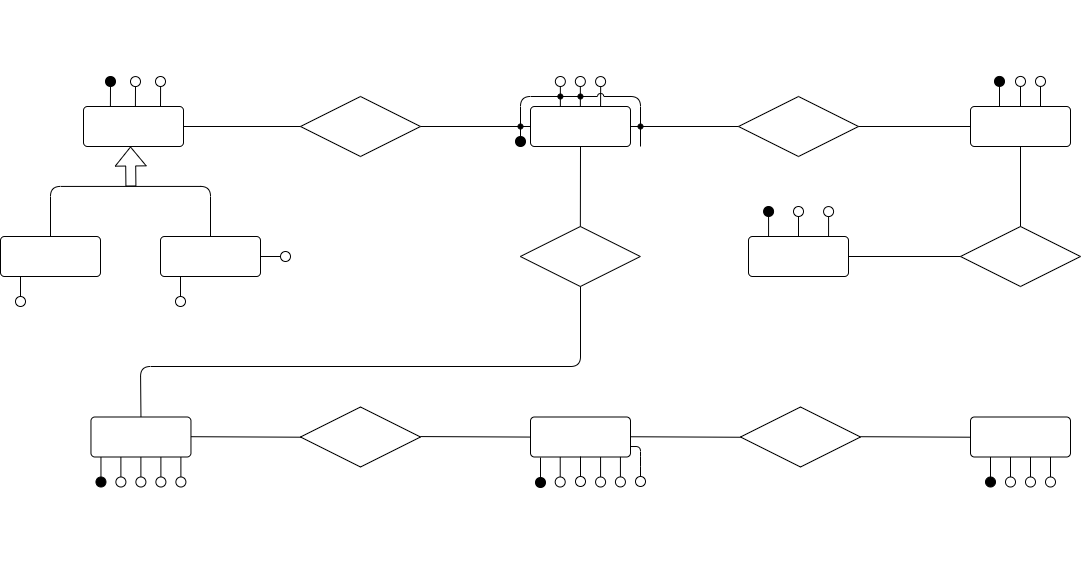
This is Conceptual_model.drawio.png from Dani-Picciau/OwlBreak, a draw.io export, as it was before one commit. Source tidied: cells renumbered, new cells last; positions are measured from the earlier drawing's top-left corner, leaving out a move shared by most shapes.
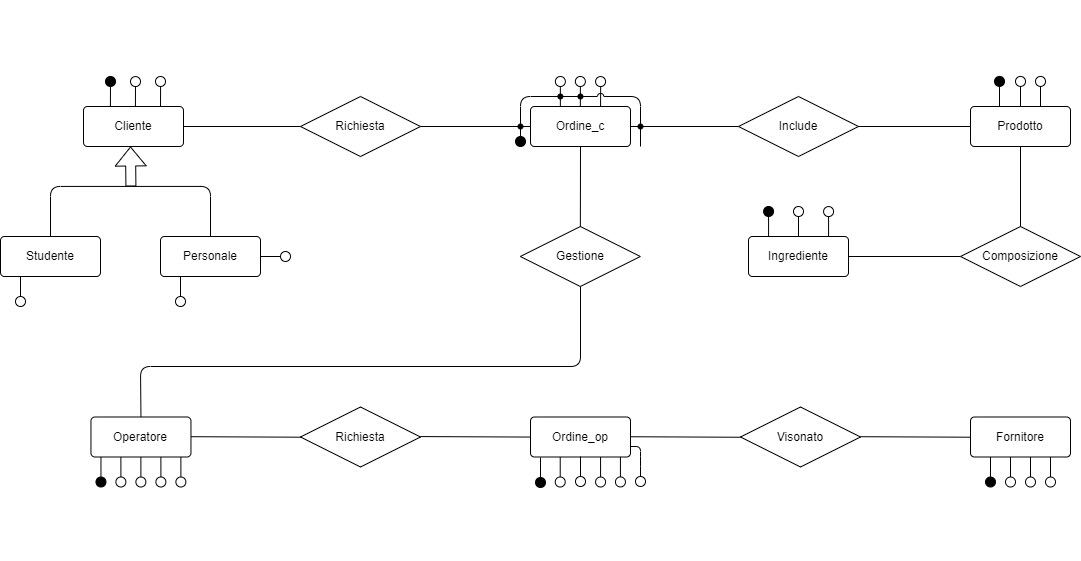
Above is the later version.

Change to the diagram source:
```diff
@@ -1,4 +1,4 @@
-<mxGraphModel>
+<mxGraphModel background="#ffffff">
   <root>
     <mxCell id="0" />
     <mxCell id="1" parent="0" />
@@ -17,19 +17,19 @@
         </Array>
       </mxGeometry>
     </mxCell>
-    <mxCell id="4" value="Gestione" style="shape=rhombus;perimeter=rhombusPerimeter;whiteSpace=wrap;html=1;align=center;rounded=0;labelBackgroundColor=none;fontColor=#FFFFFF;" parent="1" vertex="1">
+    <mxCell id="4" value="Gestione" style="shape=rhombus;perimeter=rhombusPerimeter;whiteSpace=wrap;html=1;align=center;rounded=0;labelBackgroundColor=none;fillColor=none;" parent="1" vertex="1">
       <mxGeometry x="519.9" y="196" width="120" height="60" as="geometry" />
     </mxCell>
-    <mxCell id="5" value="Richiesta" style="shape=rhombus;perimeter=rhombusPerimeter;align=center;rounded=0;labelBackgroundColor=none;labelBorderColor=none;whiteSpace=wrap;html=1;fontColor=#FFFFFF;" parent="1" vertex="1">
+    <mxCell id="5" value="Richiesta" style="shape=rhombus;perimeter=rhombusPerimeter;align=center;rounded=0;labelBackgroundColor=none;labelBorderColor=none;whiteSpace=wrap;html=1;fillColor=none;" parent="1" vertex="1">
       <mxGeometry x="300" y="66" width="120" height="60" as="geometry" />
     </mxCell>
-    <mxCell id="6" value="Studente" style="rounded=1;arcSize=10;whiteSpace=wrap;html=1;align=center;strokeColor=default;fillColor=default;labelBackgroundColor=none;fontColor=#FFFFFF;" parent="1" vertex="1">
+    <mxCell id="6" value="Studente" style="rounded=1;arcSize=10;whiteSpace=wrap;html=1;align=center;fillColor=none;labelBackgroundColor=none;" parent="1" vertex="1">
       <mxGeometry y="206" width="100" height="40" as="geometry" />
     </mxCell>
-    <mxCell id="7" value="Personale" style="rounded=1;arcSize=10;whiteSpace=wrap;html=1;align=center;strokeColor=default;fillColor=default;labelBackgroundColor=none;fontColor=#FFFFFF;" parent="1" vertex="1">
+    <mxCell id="7" value="Personale" style="rounded=1;arcSize=10;whiteSpace=wrap;html=1;align=center;fillColor=none;labelBackgroundColor=none;" parent="1" vertex="1">
       <mxGeometry x="160" y="206" width="100" height="40" as="geometry" />
     </mxCell>
-    <mxCell id="8" value="Cliente" style="rounded=1;arcSize=10;whiteSpace=wrap;html=1;align=center;labelBackgroundColor=none;strokeColor=default;fillColor=default;fontColor=#FFFFFF;" parent="1" vertex="1">
+    <mxCell id="8" value="Cliente" style="rounded=1;arcSize=10;whiteSpace=wrap;html=1;align=center;labelBackgroundColor=none;fillColor=none;" parent="1" vertex="1">
       <mxGeometry x="83" y="76" width="100" height="40" as="geometry" />
     </mxCell>
     <mxCell id="9" style="shape=flexArrow;endArrow=classic;html=1;rounded=0;labelBackgroundColor=none;fontColor=#FFFFFF;" parent="1" edge="1">
@@ -62,7 +62,7 @@
     <mxCell id="14" value="(1 , 1)" style="html=1;align=right;verticalAlign=bottom;rounded=0;labelBackgroundColor=none;fontColor=#FFFFFF;" parent="1" vertex="1">
       <mxGeometry x="490" y="96" as="geometry" />
     </mxCell>
-    <mxCell id="15" value="Operatore" style="rounded=1;arcSize=10;whiteSpace=wrap;html=1;align=center;labelBackgroundColor=none;fontColor=#FFFFFF;" parent="1" vertex="1">
+    <mxCell id="15" value="Operatore" style="rounded=1;arcSize=10;whiteSpace=wrap;html=1;align=center;labelBackgroundColor=none;fillColor=none;" parent="1" vertex="1">
       <mxGeometry x="90.5" y="386.5" width="100" height="40" as="geometry" />
     </mxCell>
     <mxCell id="16" style="endArrow=none;html=1;rounded=1;exitX=0.5;exitY=0;exitDx=0;exitDy=0;labelBackgroundColor=none;fontColor=#FFFFFF;" parent="1" edge="1" source="15">
@@ -79,16 +79,16 @@
         <mxPoint x="-200" y="80" as="offset" />
       </mxGeometry>
     </mxCell>
-    <mxCell id="18" value="Include" style="shape=rhombus;perimeter=rhombusPerimeter;whiteSpace=wrap;html=1;align=center;rounded=0;labelBackgroundColor=none;fontColor=#FFFFFF;" parent="1" vertex="1">
+    <mxCell id="18" value="Include" style="shape=rhombus;perimeter=rhombusPerimeter;whiteSpace=wrap;html=1;align=center;rounded=0;labelBackgroundColor=none;fillColor=none;" parent="1" vertex="1">
       <mxGeometry x="738" y="66" width="120" height="60" as="geometry" />
     </mxCell>
-    <mxCell id="19" value="Ingrediente" style="rounded=1;arcSize=10;whiteSpace=wrap;html=1;align=center;labelBackgroundColor=none;fontColor=#FFFFFF;" parent="1" vertex="1">
+    <mxCell id="19" value="Ingrediente" style="rounded=1;arcSize=10;whiteSpace=wrap;html=1;align=center;labelBackgroundColor=none;fillColor=none;" parent="1" vertex="1">
       <mxGeometry x="748" y="206" width="100" height="40" as="geometry" />
     </mxCell>
-    <mxCell id="20" value="Prodotto" style="rounded=1;arcSize=10;whiteSpace=wrap;html=1;align=center;labelBackgroundColor=none;fontColor=#FFFFFF;" parent="1" vertex="1">
+    <mxCell id="20" value="Prodotto" style="rounded=1;arcSize=10;whiteSpace=wrap;html=1;align=center;labelBackgroundColor=none;fillColor=none;" parent="1" vertex="1">
       <mxGeometry x="970" y="76" width="100" height="40" as="geometry" />
     </mxCell>
-    <mxCell id="21" value="Composizione" style="shape=rhombus;perimeter=rhombusPerimeter;whiteSpace=wrap;html=1;align=center;rounded=0;labelBackgroundColor=none;fontColor=#FFFFFF;" parent="1" vertex="1">
+    <mxCell id="21" value="Composizione" style="shape=rhombus;perimeter=rhombusPerimeter;whiteSpace=wrap;html=1;align=center;rounded=0;labelBackgroundColor=none;fillColor=none;" parent="1" vertex="1">
       <mxGeometry x="960" y="196" width="120" height="60" as="geometry" />
     </mxCell>
     <mxCell id="22" style="endArrow=none;html=1;rounded=0;exitX=0.5;exitY=0;exitDx=0;exitDy=0;entryX=0.5;entryY=1;entryDx=0;entryDy=0;labelBackgroundColor=none;fontColor=#FFFFFF;" parent="1" edge="1" source="21" target="20">
@@ -115,7 +115,7 @@
     <mxCell id="27" value="(1 , N)" style="html=1;align=right;verticalAlign=bottom;rounded=0;labelBackgroundColor=none;fontColor=#FFFFFF;" parent="1" vertex="1">
       <mxGeometry x="930" y="226" as="geometry" />
     </mxCell>
-    <mxCell id="28" value="Fornitore" style="rounded=1;arcSize=10;whiteSpace=wrap;html=1;align=center;labelBackgroundColor=none;fontColor=#FFFFFF;" parent="1" vertex="1">
+    <mxCell id="28" value="Fornitore" style="rounded=1;arcSize=10;whiteSpace=wrap;html=1;align=center;labelBackgroundColor=none;fillColor=none;" parent="1" vertex="1">
       <mxGeometry x="970" y="386.5" width="100" height="40" as="geometry" />
     </mxCell>
     <mxCell id="29" value="(1 , N)" style="html=1;align=right;verticalAlign=bottom;rounded=0;labelBackgroundColor=none;fontColor=#FFFFFF;" parent="1" vertex="1">
@@ -497,10 +497,10 @@
         <mxPoint x="100.5" y="446.5" as="targetPoint" />
       </mxGeometry>
     </mxCell>
-    <mxCell id="131" value="Ordine_op" style="rounded=1;arcSize=10;whiteSpace=wrap;html=1;align=center;labelBackgroundColor=none;fontColor=#FFFFFF;" parent="1" vertex="1">
+    <mxCell id="131" value="Ordine_op" style="rounded=1;arcSize=10;whiteSpace=wrap;html=1;align=center;labelBackgroundColor=none;fillColor=none;" parent="1" vertex="1">
       <mxGeometry x="530" y="386.5" width="100" height="40" as="geometry" />
     </mxCell>
-    <mxCell id="132" value="Richiesta" style="shape=rhombus;perimeter=rhombusPerimeter;whiteSpace=wrap;html=1;align=center;rounded=0;labelBackgroundColor=none;fontColor=#FFFFFF;" parent="1" vertex="1">
+    <mxCell id="132" value="Richiesta" style="shape=rhombus;perimeter=rhombusPerimeter;whiteSpace=wrap;html=1;align=center;rounded=0;labelBackgroundColor=none;fillColor=none;" parent="1" vertex="1">
       <mxGeometry x="300" y="376.5" width="120" height="60" as="geometry" />
     </mxCell>
     <mxCell id="133" style="endArrow=none;html=1;rounded=0;entryX=0;entryY=0.5;entryDx=0;entryDy=0;labelBackgroundColor=none;fontColor=#FFFFFF;" parent="1" edge="1">
@@ -525,7 +525,7 @@
         <mxPoint x="-40" y="1" as="offset" />
       </mxGeometry>
     </mxCell>
-    <mxCell id="137" value="Visonato" style="shape=rhombus;perimeter=rhombusPerimeter;whiteSpace=wrap;html=1;align=center;rounded=0;labelBackgroundColor=none;fontColor=#FFFFFF;" parent="1" vertex="1">
+    <mxCell id="137" value="Visonato" style="shape=rhombus;perimeter=rhombusPerimeter;whiteSpace=wrap;html=1;align=center;rounded=0;labelBackgroundColor=none;fillColor=none;" parent="1" vertex="1">
       <mxGeometry x="740" y="376.5" width="120" height="60" as="geometry" />
     </mxCell>
     <mxCell id="138" style="endArrow=none;html=1;rounded=0;entryX=0;entryY=0.5;entryDx=0;entryDy=0;labelBackgroundColor=none;fontColor=#FFFFFF;" parent="1" edge="1">
@@ -615,7 +615,7 @@
     <mxCell id="157" value="ora_ordine" style="text;html=1;align=center;verticalAlign=middle;strokeColor=none;fillColor=none;fontSize=9;rotation=-90;rounded=0;labelBackgroundColor=none;fontColor=#FFFFFF;" parent="1" vertex="1">
       <mxGeometry x="585" y="473.5" width="70" height="20" as="geometry" />
     </mxCell>
-    <mxCell id="158" value="Ordine_c" style="rounded=1;arcSize=10;whiteSpace=wrap;html=1;align=center;labelBackgroundColor=none;fontColor=#FFFFFF;" parent="1" vertex="1">
+    <mxCell id="158" value="Ordine_c" style="rounded=1;arcSize=10;whiteSpace=wrap;html=1;align=center;labelBackgroundColor=none;fillColor=none;" parent="1" vertex="1">
       <mxGeometry x="530" y="76" width="100" height="40" as="geometry" />
     </mxCell>
     <mxCell id="159" style="endArrow=none;html=1;exitX=0.5;exitY=0;exitDx=0;exitDy=0;" parent="1" edge="1" source="4">
```
